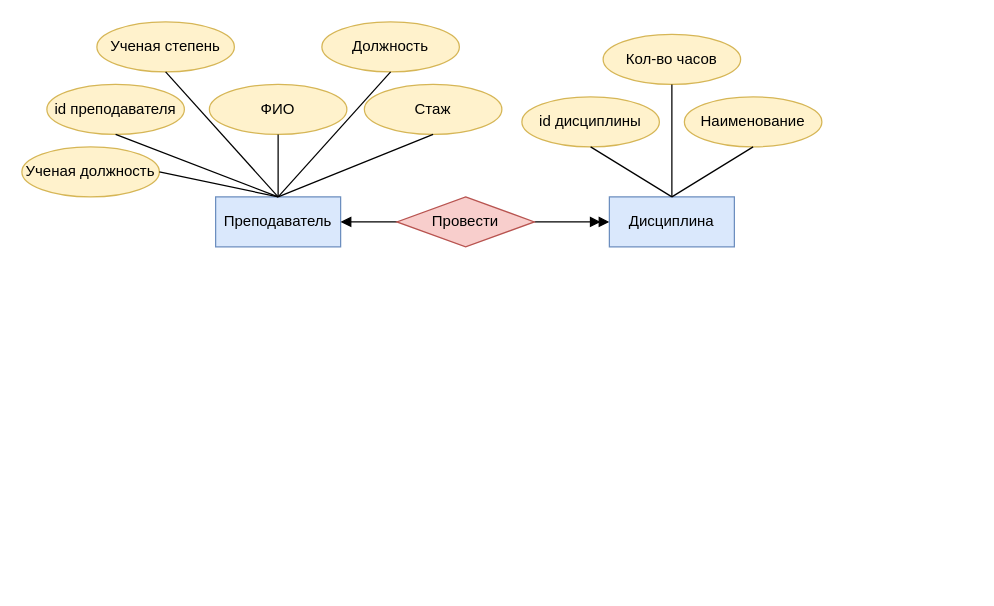
Earlier version of the draw.io diagram draw_io/БД.drawio (Dimj1k/Works). Source tidied: cells renumbered, new cells numbered last; positions are measured from the earlier drawing's top-left corner, leaving out a move shared by most shapes. Both pictures are drawn from the tidied source at 125%, with x=0, y=0 at pixel (21, 21).
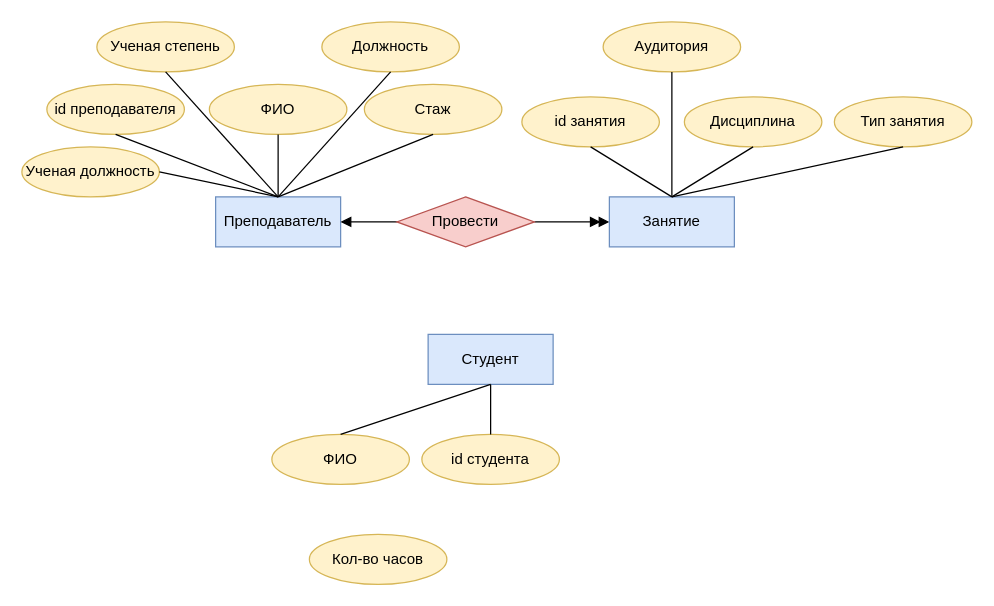
After the change.

Change to the diagram source:
```diff
@@
-    <mxCell id="16" value="Дисциплина" style="whiteSpace=wrap;html=1;align=center;fillColor=#dae8fc;strokeColor=#6c8ebf;" parent="1" vertex="1">
+    <mxCell id="16" value="Занятие" style="whiteSpace=wrap;html=1;align=center;fillColor=#dae8fc;strokeColor=#6c8ebf;" parent="1" vertex="1">
       <mxGeometry x="470" y="140" width="100" height="40" as="geometry" />
     </mxCell>
-    <mxCell id="17" value="Наименование" style="ellipse;whiteSpace=wrap;html=1;align=center;fillColor=#fff2cc;strokeColor=#d6b656;" parent="1" vertex="1">
-      <mxGeometry x="530" y="60" width="110" height="40" as="geometry" />
+    <mxCell id="17" value="Тип занятия" style="ellipse;whiteSpace=wrap;html=1;align=center;fillColor=#fff2cc;strokeColor=#d6b656;" parent="1" vertex="1">
+      <mxGeometry x="650" y="60" width="110" height="40" as="geometry" />
     </mxCell>
@@
-    <mxCell id="19" value="id дисциплины" style="ellipse;whiteSpace=wrap;html=1;align=center;fillColor=#fff2cc;strokeColor=#d6b656;" parent="1" vertex="1">
+    <mxCell id="19" value="id занятия" style="ellipse;whiteSpace=wrap;html=1;align=center;fillColor=#fff2cc;strokeColor=#d6b656;" parent="1" vertex="1">
       <mxGeometry x="400" y="60" width="110" height="40" as="geometry" />
     </mxCell>
@@
-    <mxCell id="21" value="Кол-во часов" style="ellipse;whiteSpace=wrap;html=1;align=center;fillColor=#fff2cc;strokeColor=#d6b656;" parent="1" vertex="1">
-      <mxGeometry x="465" y="10" width="110" height="40" as="geometry" />
-    </mxCell>
-    <mxCell id="22" style="endArrow=none;html=1;rounded=0;exitX=0.5;exitY=1;exitDx=0;exitDy=0;entryX=0.5;entryY=0;entryDx=0;entryDy=0;" parent="1" edge="1" source="21" target="16">
-      <mxGeometry relative="1" as="geometry" />
-    </mxCell>
@@
+    <mxCell id="25" value="Студент" style="whiteSpace=wrap;html=1;align=center;fillColor=#dae8fc;strokeColor=#6c8ebf;" parent="1" vertex="1">
+      <mxGeometry x="325" y="250" width="100" height="40" as="geometry" />
+    </mxCell>
+    <mxCell id="26" value="id студента" style="ellipse;whiteSpace=wrap;html=1;align=center;fillColor=#fff2cc;strokeColor=#d6b656;" parent="1" vertex="1">
+      <mxGeometry x="320" y="330" width="110" height="40" as="geometry" />
+    </mxCell>
+    <mxCell id="27" style="endArrow=none;html=1;rounded=0;exitX=0.5;exitY=1;exitDx=0;exitDy=0;entryX=0.5;entryY=0;entryDx=0;entryDy=0;" parent="1" edge="1" source="25" target="26">
+      <mxGeometry relative="1" as="geometry" />
+    </mxCell>
+    <mxCell id="21" value="Кол-во часов" style="ellipse;whiteSpace=wrap;html=1;align=center;fillColor=#fff2cc;strokeColor=#d6b656;" parent="1" vertex="1">
+      <mxGeometry x="230" y="410" width="110" height="40" as="geometry" />
+    </mxCell>
+    <mxCell id="28" value="Аудитория" style="ellipse;whiteSpace=wrap;html=1;align=center;fillColor=#fff2cc;strokeColor=#d6b656;" parent="1" vertex="1">
+      <mxGeometry x="465" width="110" height="40" as="geometry" />
+    </mxCell>
+    <mxCell id="29" style="endArrow=none;html=1;rounded=0;exitX=0.5;exitY=1;exitDx=0;exitDy=0;entryX=0.5;entryY=0;entryDx=0;entryDy=0;" parent="1" edge="1" source="28" target="16">
+      <mxGeometry relative="1" as="geometry" />
+    </mxCell>
+    <mxCell id="30" value="ФИО" style="ellipse;whiteSpace=wrap;html=1;align=center;fillColor=#fff2cc;strokeColor=#d6b656;" parent="1" vertex="1">
+      <mxGeometry x="200" y="330" width="110" height="40" as="geometry" />
+    </mxCell>
+    <mxCell id="31" style="endArrow=none;html=1;rounded=0;exitX=0.5;exitY=1;exitDx=0;exitDy=0;entryX=0.5;entryY=0;entryDx=0;entryDy=0;" parent="1" edge="1" source="25" target="30">
+      <mxGeometry relative="1" as="geometry" />
+    </mxCell>
+    <mxCell id="32" value="Дисциплина" style="ellipse;whiteSpace=wrap;html=1;align=center;fillColor=#fff2cc;strokeColor=#d6b656;" parent="1" vertex="1">
+      <mxGeometry x="530" y="60" width="110" height="40" as="geometry" />
+    </mxCell>
+    <mxCell id="33" style="endArrow=none;html=1;rounded=0;exitX=0.5;exitY=1;exitDx=0;exitDy=0;entryX=0.5;entryY=0;entryDx=0;entryDy=0;" parent="1" edge="1" source="32" target="16">
+      <mxGeometry relative="1" as="geometry" />
+    </mxCell>
```
